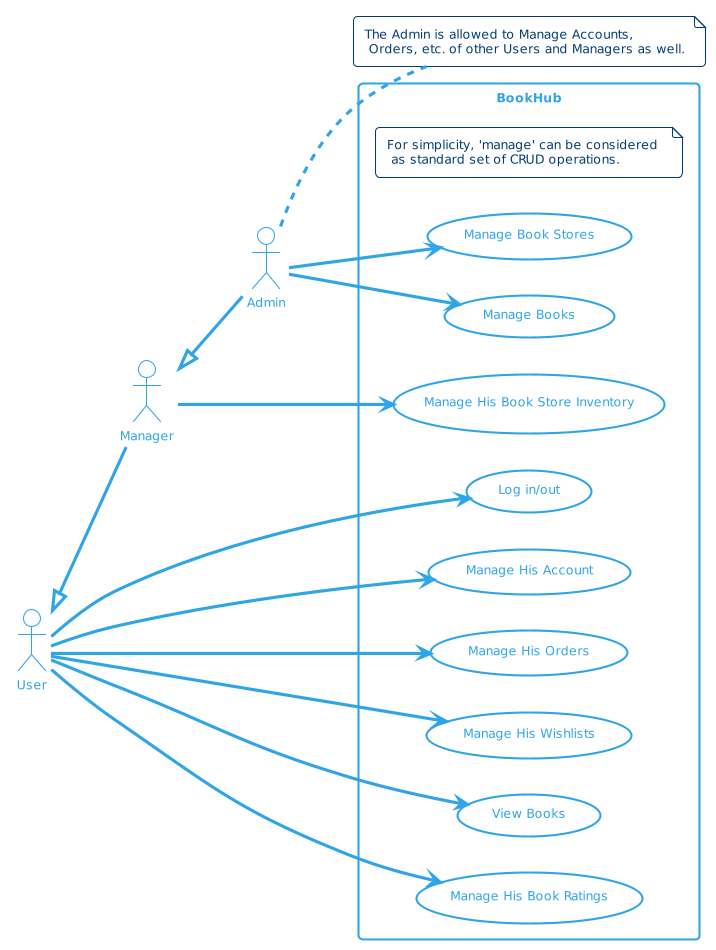
Earlier version of the PlantUML export diagrams/usecase/usecase_diagram.png (Makaveli1O/C-_bookhub).
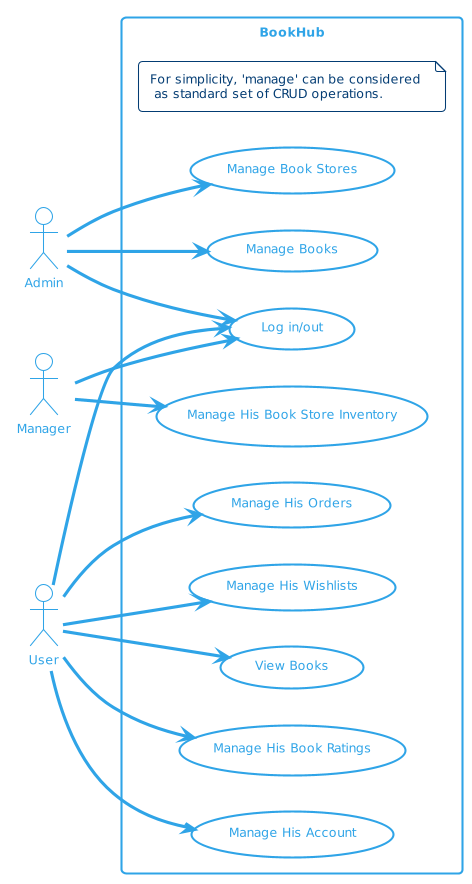
Above is the later version.

Commit message:
M1 FIX - fix UseCase diagram

Change to the diagram source:
```diff
@@ -8,10 +8,6 @@
 actor Admin as adm
 actor Manager as mgr
 actor User as usr
-
-usr <|-- mgr
-mgr <|-- adm
-
 
 
 rectangle BookHub {
@@ -28,9 +24,6 @@
 usecase (Manage Books) as M_book
 }
 
-note "The Admin is allowed to Manage Accounts, \n Orders, etc. of other Users and Managers as well." as adm_note
-adm .. adm_note
-
 usr --> auth
 usr --> M_acc
 usr --> M_ord
@@ -42,4 +35,7 @@
 adm --> M_book
 
 mgr --> M_inv
+
+mgr --> auth
+adm --> auth
 @enduml
```
